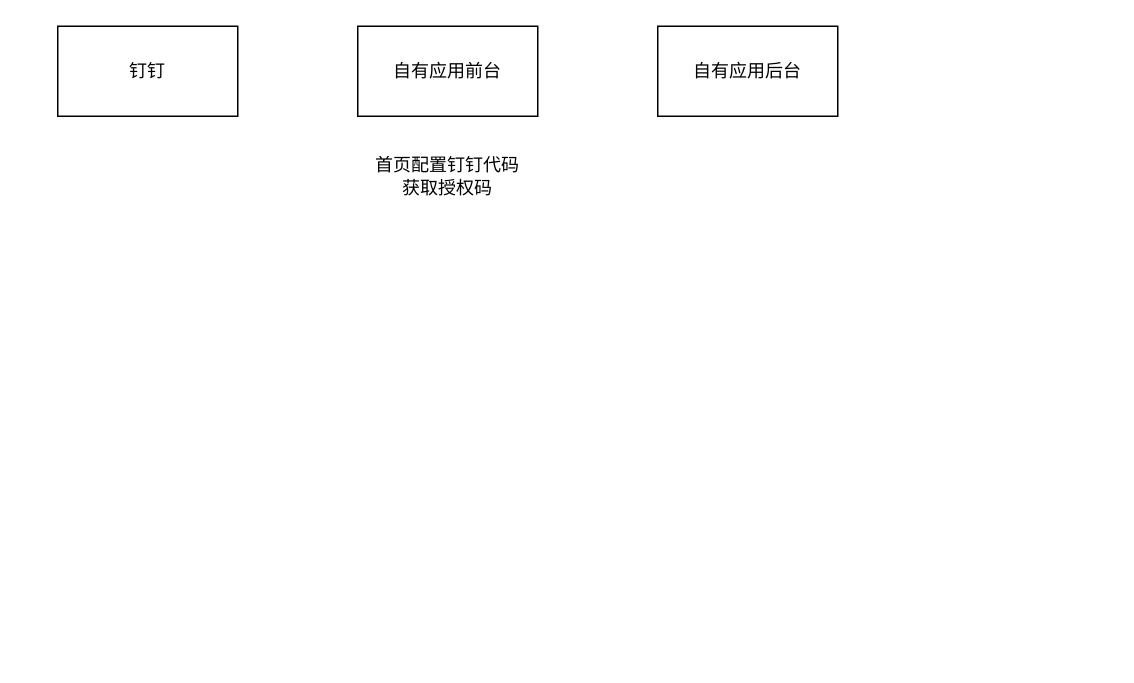
Earlier version of the draw.io diagram Untitled Diagram.drawio (LittleSogo/About-React). Source tidied: cells renumbered, new cells numbered last; positions are measured from the earlier drawing's top-left corner, leaving out a move shared by most shapes. Both pictures are drawn from the tidied source at 150%, with x=0, y=0 at pixel (57, 26).
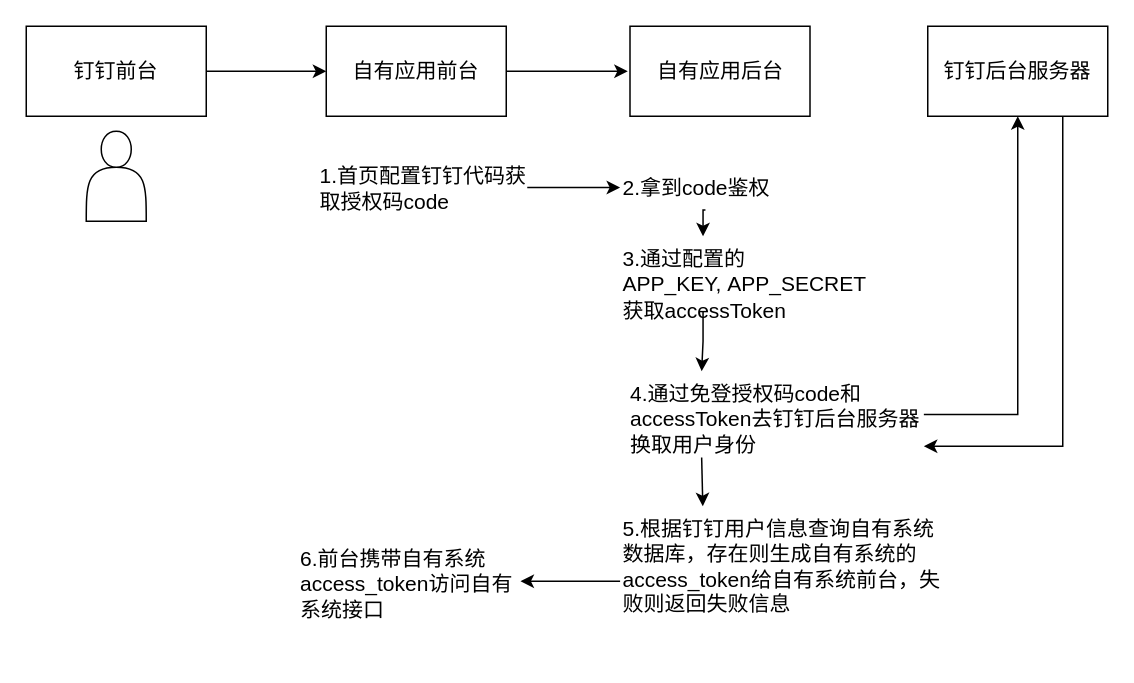
After the change.

Diff of the diagram source:
```diff
@@
+    <mxCell id="6" style="edgeStyle=orthogonalEdgeStyle;rounded=0;jettySize=auto;html=1;exitX=1;exitY=0.5;exitDx=0;exitDy=0;entryX=0;entryY=0.5;entryDx=0;entryDy=0;fontSize=14;" parent="1" edge="1" source="2" target="3">
+      <mxGeometry relative="1" as="geometry" />
+    </mxCell>
-    <mxCell id="2" value="钉钉" style="rounded=0;whiteSpace=wrap;html=1;" parent="1" vertex="1">
-      <mxGeometry width="120" height="60" as="geometry" />
+    <mxCell id="2" value="钉钉前台" style="rounded=0;whiteSpace=wrap;html=1;fontSize=14;" parent="1" vertex="1">
+      <mxGeometry x="-21" width="120" height="60" as="geometry" />
     </mxCell>
+    <mxCell id="7" style="edgeStyle=orthogonalEdgeStyle;rounded=0;jettySize=auto;html=1;fontSize=14;" parent="1" edge="1" source="3">
+      <mxGeometry relative="1" as="geometry">
+        <mxPoint x="380" y="30" as="targetPoint" />
+      </mxGeometry>
+    </mxCell>
-    <mxCell id="3" value="自有应用前台" style="rounded=0;whiteSpace=wrap;html=1;" parent="1" vertex="1">
-      <mxGeometry x="200" width="120" height="60" as="geometry" />
+    <mxCell id="3" value="自有应用前台" style="rounded=0;whiteSpace=wrap;html=1;fontSize=14;" parent="1" vertex="1">
+      <mxGeometry x="179" width="120" height="60" as="geometry" />
     </mxCell>
-    <mxCell id="4" value="自有应用后台" style="rounded=0;whiteSpace=wrap;html=1;" parent="1" vertex="1">
-      <mxGeometry x="400" width="120" height="60" as="geometry" />
+    <mxCell id="4" value="自有应用后台" style="rounded=0;whiteSpace=wrap;html=1;fontSize=14;" parent="1" vertex="1">
+      <mxGeometry x="381.5" width="120" height="60" as="geometry" />
     </mxCell>
+    <mxCell id="8" style="edgeStyle=orthogonalEdgeStyle;rounded=0;jettySize=auto;html=1;entryX=0;entryY=0.5;entryDx=0;entryDy=0;fontSize=14;" parent="1" edge="1" source="5" target="13">
+      <mxGeometry relative="1" as="geometry" />
+    </mxCell>
-    <mxCell id="5" value="首页配置钉钉代码获取授权码" style="text;html=1;strokeColor=none;fillColor=none;align=center;verticalAlign=middle;whiteSpace=wrap;rounded=0;" parent="1" vertex="1">
-      <mxGeometry x="210" y="80" width="100" height="40" as="geometry" />
+    <mxCell id="5" value="1.首页配置钉钉代码获取授权码code" style="text;html=1;strokeColor=none;fillColor=none;align=left;verticalAlign=top;whiteSpace=wrap;rounded=0;fontSize=14;" parent="1" vertex="1">
+      <mxGeometry x="173" y="85" width="140" height="45" as="geometry" />
     </mxCell>
+    <mxCell id="9" style="edgeStyle=orthogonalEdgeStyle;rounded=0;jettySize=auto;html=1;exitX=1;exitY=0.5;exitDx=0;exitDy=0;entryX=0.5;entryY=1;entryDx=0;entryDy=0;fontSize=14;entryPerimeter=0;" parent="1" edge="1" source="11" target="17">
+      <mxGeometry relative="1" as="geometry">
+        <Array as="points">
+          <mxPoint x="640" y="259" />
+          <mxPoint x="640" y="61" />
+        </Array>
+      </mxGeometry>
+    </mxCell>
+    <mxCell id="10" style="edgeStyle=orthogonalEdgeStyle;rounded=0;jettySize=auto;html=1;exitX=0.25;exitY=1;exitDx=0;exitDy=0;entryX=0.25;entryY=0;entryDx=0;entryDy=0;fontSize=14;" parent="1" edge="1" source="11" target="19">
+      <mxGeometry relative="1" as="geometry" />
+    </mxCell>
+    <mxCell id="11" value="4.通过免登授权码code和accessToken去钉钉后台服务器换取用户身份" style="text;html=1;strokeColor=none;fillColor=none;align=left;verticalAlign=top;whiteSpace=wrap;rounded=0;fontSize=14;" parent="1" vertex="1">
+      <mxGeometry x="379.9" y="230" width="197.5" height="57.5" as="geometry" />
+    </mxCell>
+    <mxCell id="12" style="edgeStyle=orthogonalEdgeStyle;rounded=0;jettySize=auto;html=1;exitX=0.5;exitY=1;exitDx=0;exitDy=0;entryX=0.25;entryY=0;entryDx=0;entryDy=0;fontSize=14;" parent="1" edge="1" source="13" target="15">
+      <mxGeometry relative="1" as="geometry" />
+    </mxCell>
+    <mxCell id="13" value="2.拿到code鉴权" style="text;html=1;strokeColor=none;fillColor=none;align=left;verticalAlign=top;whiteSpace=wrap;rounded=0;fontSize=14;" parent="1" vertex="1">
+      <mxGeometry x="374.9" y="92.5" width="113.8" height="30" as="geometry" />
+    </mxCell>
+    <mxCell id="14" style="edgeStyle=orthogonalEdgeStyle;rounded=0;jettySize=auto;html=1;exitX=0.25;exitY=1;exitDx=0;exitDy=0;entryX=0.25;entryY=0;entryDx=0;entryDy=0;fontSize=14;" parent="1" edge="1" source="15" target="11">
+      <mxGeometry relative="1" as="geometry" />
+    </mxCell>
+    <mxCell id="15" value="3.通过配置的APP_KEY,&amp;nbsp;APP_SECRET&lt;span style=&quot;font-family: &amp;quot;jetbrains mono&amp;quot;, monospace; font-size: 14px; color: rgb(152, 118, 170);&quot;&gt;&lt;br style=&quot;font-size: 14px;&quot;&gt;&lt;/span&gt;&lt;span style=&quot;font-size: 14px;&quot;&gt;获取accessToken&lt;/span&gt;" style="text;html=1;strokeColor=none;fillColor=none;align=left;verticalAlign=top;whiteSpace=wrap;rounded=0;fontSize=14;" parent="1" vertex="1">
+      <mxGeometry x="375.2" y="140" width="220" height="50" as="geometry" />
+    </mxCell>
+    <mxCell id="16" style="edgeStyle=orthogonalEdgeStyle;rounded=0;jettySize=auto;html=1;exitX=0.75;exitY=1;exitDx=0;exitDy=0;fontSize=14;" parent="1" edge="1" source="17" target="11">
+      <mxGeometry relative="1" as="geometry">
+        <Array as="points">
+          <mxPoint x="670" y="60" />
+          <mxPoint x="670" y="280" />
+        </Array>
+      </mxGeometry>
+    </mxCell>
+    <mxCell id="17" value="钉钉后台服务器" style="rounded=0;whiteSpace=wrap;html=1;fontSize=14;" parent="1" vertex="1">
+      <mxGeometry x="580" width="120" height="60" as="geometry" />
+    </mxCell>
+    <mxCell id="18" style="edgeStyle=orthogonalEdgeStyle;rounded=0;jettySize=auto;html=1;entryX=1;entryY=0.5;entryDx=0;entryDy=0;fontSize=14;" parent="1" edge="1" source="19" target="20">
+      <mxGeometry relative="1" as="geometry" />
+    </mxCell>
+    <mxCell id="19" value="5.根据钉钉用户信息查询自有系统数据库，存在则生成自有系统的access_token给自有系统前台，失败则返回失败信息" style="text;html=1;strokeColor=none;fillColor=none;align=left;verticalAlign=top;whiteSpace=wrap;rounded=0;fontSize=14;" parent="1" vertex="1">
+      <mxGeometry x="374.9" y="320" width="220.6" height="100" as="geometry" />
+    </mxCell>
+    <mxCell id="20" value="6.前台携带自有系统access_token访问自有系统接口" style="text;html=1;strokeColor=none;fillColor=none;align=left;verticalAlign=top;whiteSpace=wrap;rounded=0;fontSize=14;" parent="1" vertex="1">
+      <mxGeometry x="160" y="340" width="148.5" height="60" as="geometry" />
+    </mxCell>
+    <mxCell id="21" style="shape=actor;whiteSpace=wrap;html=1;fontSize=14;" parent="1" vertex="1">
+      <mxGeometry x="19" y="70" width="40" height="60" as="geometry" />
+    </mxCell>
```
